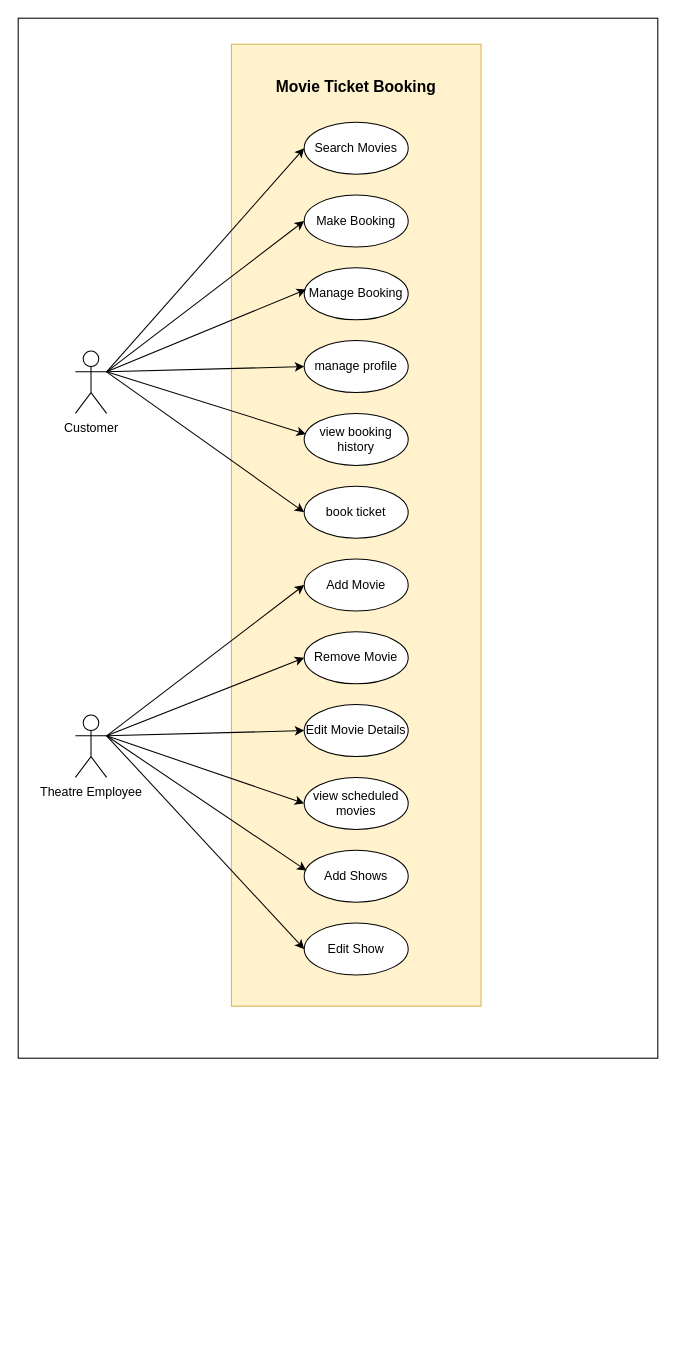
Before: usecase diagram.drawio in abhihksd/MovieBookingWebsite, a draw.io diagram. Source tidied: cells renumbered, new cells numbered last; positions are measured from the earlier drawing's top-left corner, leaving out a move shared by most shapes. Both pictures are drawn from the tidied source at 104%, with x=0, y=0 at pixel (18, 18).
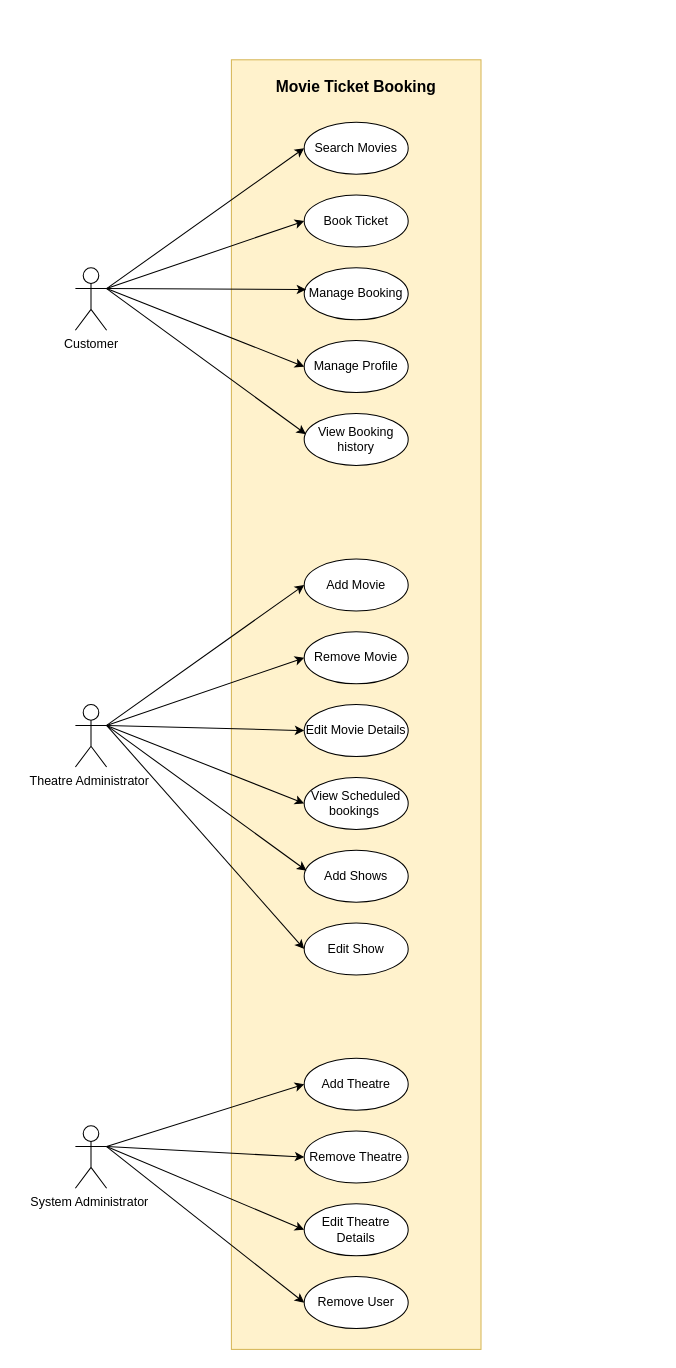
After the change.

Change to the diagram source:
```diff
@@
-    <mxCell id="2" style="rounded=0;whiteSpace=wrap;html=1;" parent="1" vertex="1">
-      <mxGeometry width="615" height="1000" as="geometry" />
-    </mxCell>
     <mxCell id="3" style="rounded=0;whiteSpace=wrap;html=1;fillColor=#fff2cc;strokeColor=#d6b656;" parent="1" vertex="1">
-      <mxGeometry x="205" y="25" width="240" height="925" as="geometry" />
+      <mxGeometry x="205" y="40" width="240" height="1240" as="geometry" />
     </mxCell>
@@
     <mxCell id="5" value="Customer&lt;br&gt;" style="shape=umlActor;verticalLabelPosition=bottom;verticalAlign=top;html=1;outlineConnect=0;comic=0;" parent="1" vertex="1">
-      <mxGeometry x="55" y="320" width="30" height="60" as="geometry" />
+      <mxGeometry x="55" y="240" width="30" height="60" as="geometry" />
     </mxCell>
@@
-    <mxCell id="7" value="Make Booking" style="ellipse;whiteSpace=wrap;html=1;" parent="1" vertex="1">
+    <mxCell id="7" value="Book Ticket" style="ellipse;whiteSpace=wrap;html=1;" parent="1" vertex="1">
       <mxGeometry x="275" y="170" width="100" height="50" as="geometry" />
     </mxCell>
@@
-    <mxCell id="12" value="manage profile" style="ellipse;whiteSpace=wrap;html=1;" parent="1" vertex="1">
+    <mxCell id="12" value="Manage Profile" style="ellipse;whiteSpace=wrap;html=1;" parent="1" vertex="1">
       <mxGeometry x="275" y="310" width="100" height="50" as="geometry" />
     </mxCell>
-    <mxCell id="13" value="view booking history" style="ellipse;whiteSpace=wrap;html=1;" parent="1" vertex="1">
+    <mxCell id="13" value="View Booking history" style="ellipse;whiteSpace=wrap;html=1;" parent="1" vertex="1">
       <mxGeometry x="275" y="380" width="100" height="50" as="geometry" />
     </mxCell>
@@
-    <mxCell id="16" value="book ticket" style="ellipse;whiteSpace=wrap;html=1;" parent="1" vertex="1">
-      <mxGeometry x="275" y="450" width="100" height="50" as="geometry" />
-    </mxCell>
-    <mxCell id="17" style="endArrow=classic;html=1;rounded=0;entryX=0;entryY=0.5;entryDx=0;entryDy=0;exitX=1;exitY=0.3333333333333333;exitDx=0;exitDy=0;exitPerimeter=0;" parent="1" edge="1" source="5" target="16">
-      <mxGeometry relative="1" as="geometry" />
-    </mxCell>
-    <mxCell id="18" value="Theatre&amp;nbsp;Employee" style="shape=umlActor;verticalLabelPosition=bottom;verticalAlign=top;html=1;outlineConnect=0;" parent="1" vertex="1">
-      <mxGeometry x="55" y="670" width="30" height="60" as="geometry" />
+    <mxCell id="18" value="Theatre Administrator&amp;nbsp;" style="shape=umlActor;verticalLabelPosition=bottom;verticalAlign=top;html=1;outlineConnect=0;" parent="1" vertex="1">
+      <mxGeometry x="55" y="660" width="30" height="60" as="geometry" />
     </mxCell>
@@
-    <mxCell id="25" value="view scheduled movies" style="ellipse;whiteSpace=wrap;html=1;" parent="1" vertex="1">
+    <mxCell id="25" value="View Scheduled bookings&amp;nbsp;" style="ellipse;whiteSpace=wrap;html=1;" parent="1" vertex="1">
       <mxGeometry x="275" y="730" width="100" height="50" as="geometry" />
     </mxCell>
@@
+    <mxCell id="31" value="System Administrator&amp;nbsp;" style="shape=umlActor;verticalLabelPosition=bottom;verticalAlign=top;html=1;outlineConnect=0;" parent="1" vertex="1">
+      <mxGeometry x="55" y="1065" width="30" height="60" as="geometry" />
+    </mxCell>
+    <mxCell id="32" value="Add Theatre" style="ellipse;whiteSpace=wrap;html=1;" parent="1" vertex="1">
+      <mxGeometry x="275" y="1000" width="100" height="50" as="geometry" />
+    </mxCell>
+    <mxCell id="33" value="Remove Theatre" style="ellipse;whiteSpace=wrap;html=1;" parent="1" vertex="1">
+      <mxGeometry x="275" y="1070" width="100" height="50" as="geometry" />
+    </mxCell>
+    <mxCell id="34" value="Remove User" style="ellipse;whiteSpace=wrap;html=1;" parent="1" vertex="1">
+      <mxGeometry x="275" y="1210" width="100" height="50" as="geometry" />
+    </mxCell>
+    <mxCell id="35" value="Edit Theatre Details" style="ellipse;whiteSpace=wrap;html=1;" parent="1" vertex="1">
+      <mxGeometry x="275" y="1140" width="100" height="50" as="geometry" />
+    </mxCell>
+    <mxCell id="36" style="endArrow=classic;html=1;rounded=0;entryX=0;entryY=0.5;entryDx=0;entryDy=0;exitX=1;exitY=0.3333333333333333;exitDx=0;exitDy=0;exitPerimeter=0;" parent="1" edge="1" source="31" target="32">
+      <mxGeometry relative="1" as="geometry" />
+    </mxCell>
+    <mxCell id="37" style="endArrow=classic;html=1;rounded=0;entryX=0;entryY=0.5;entryDx=0;entryDy=0;exitX=1;exitY=0.3333333333333333;exitDx=0;exitDy=0;exitPerimeter=0;" parent="1" edge="1" source="31" target="33">
+      <mxGeometry relative="1" as="geometry" />
+    </mxCell>
+    <mxCell id="38" style="endArrow=classic;html=1;rounded=0;entryX=0;entryY=0.5;entryDx=0;entryDy=0;exitX=1;exitY=0.3333333333333333;exitDx=0;exitDy=0;exitPerimeter=0;" parent="1" edge="1" source="31" target="35">
+      <mxGeometry relative="1" as="geometry" />
+    </mxCell>
+    <mxCell id="39" style="endArrow=classic;html=1;rounded=0;entryX=0;entryY=0.5;entryDx=0;entryDy=0;exitX=1;exitY=0.3333333333333333;exitDx=0;exitDy=0;exitPerimeter=0;" parent="1" edge="1" source="31" target="34">
+      <mxGeometry relative="1" as="geometry" />
+    </mxCell>
```
